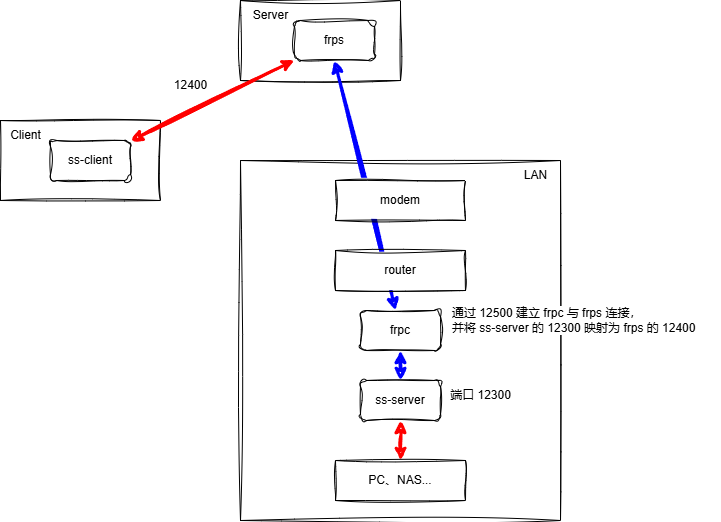
Before: source/img/2025/nat-traversal/frp.png, a diagram exported from draw.io (akiakise/blog.akise.app). Source tidied: cells renumbered, new cells last; positions are measured from the earlier drawing's top-left corner, leaving out a move shared by most shapes.
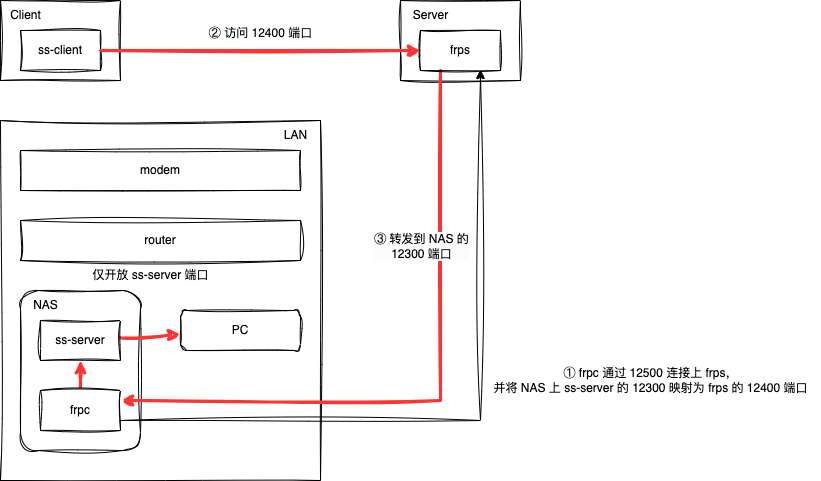
The same file after the commit.

What changed in the source:
```diff
@@ -2,65 +2,79 @@
   <root>
     <mxCell id="0" />
     <mxCell id="1" parent="0" />
-    <mxCell id="2" style="rounded=0;whiteSpace=wrap;html=1;sketch=1;curveFitting=1;jiggle=2;fontFamily=Helvetica;" parent="1" vertex="1">
-      <mxGeometry x="240" y="160" width="320" height="360" as="geometry" />
-    </mxCell>
-    <mxCell id="3" style="rounded=0;whiteSpace=wrap;html=1;sketch=1;curveFitting=1;jiggle=2;fontFamily=Helvetica;" parent="1" vertex="1">
-      <mxGeometry y="120" width="160" height="80" as="geometry" />
-    </mxCell>
+    <mxCell id="22" style="rounded=0;whiteSpace=wrap;html=1;strokeWidth=1;fontSize=12;hachureGap=4;fontFamily=Helvetica;sketch=1;curveFitting=1;jiggle=2;" parent="1" vertex="1">
+      <mxGeometry x="640" width="120" height="80" as="geometry" />
+    </mxCell>
+    <mxCell id="23" style="rounded=0;whiteSpace=wrap;html=1;strokeWidth=1;fontSize=12;hachureGap=4;fontFamily=Helvetica;sketch=1;curveFitting=1;jiggle=2;" parent="1" vertex="1">
+      <mxGeometry x="240" y="120" width="320" height="360" as="geometry" />
+    </mxCell>
+    <mxCell id="18" value="modem" style="rounded=0;whiteSpace=wrap;html=1;strokeWidth=1;fontSize=12;hachureGap=4;fontFamily=Helvetica;sketch=1;curveFitting=1;jiggle=2;" parent="1" vertex="1">
+      <mxGeometry x="260" y="150" width="280" height="40" as="geometry" />
+    </mxCell>
+    <mxCell id="9" value="LAN" style="text;html=1;align=center;verticalAlign=middle;strokeColor=none;fillColor=none;fontFamily=Helvetica;sketch=1;curveFitting=1;jiggle=2;" parent="1" vertex="1">
+      <mxGeometry x="510" y="120" width="50" height="30" as="geometry" />
+    </mxCell>
+    <mxCell id="17" value="router" style="rounded=0;whiteSpace=wrap;html=1;strokeWidth=1;fontSize=12;hachureGap=4;fontFamily=Helvetica;sketch=1;curveFitting=1;jiggle=2;" parent="1" vertex="1">
+      <mxGeometry x="260" y="220" width="280" height="40" as="geometry" />
+    </mxCell>
+    <mxCell id="24" style="rounded=1;whiteSpace=wrap;html=1;strokeWidth=1;hachureGap=4;fontFamily=Helvetica;sketch=1;curveFitting=1;jiggle=2;" parent="1" vertex="1">
+      <mxGeometry x="260" y="290" width="120" height="160" as="geometry" />
+    </mxCell>
+    <mxCell id="25" value="PC" style="rounded=1;whiteSpace=wrap;html=1;strokeWidth=1;hachureGap=4;fontFamily=Helvetica;sketch=1;curveFitting=1;jiggle=2;" parent="1" vertex="1">
+      <mxGeometry x="420" y="310" width="120" height="40" as="geometry" />
+    </mxCell>
+    <mxCell id="26" style="rounded=0;whiteSpace=wrap;html=1;strokeWidth=1;fontSize=12;hachureGap=4;fontFamily=Helvetica;sketch=1;curveFitting=1;jiggle=2;" parent="1" vertex="1">
+      <mxGeometry x="240" width="120" height="80" as="geometry" />
+    </mxCell>
+    <mxCell id="5" value="Client" style="text;html=1;align=center;verticalAlign=middle;strokeColor=none;fillColor=none;fontFamily=Helvetica;sketch=1;curveFitting=1;jiggle=2;" parent="1" vertex="1">
+      <mxGeometry x="240" width="50" height="30" as="geometry" />
+    </mxCell>
-    <mxCell id="4" value="ss-client" style="rounded=1;whiteSpace=wrap;html=1;sketch=1;curveFitting=1;jiggle=2;fontFamily=Helvetica;" parent="1" vertex="1">
-      <mxGeometry x="50" y="140" width="80" height="40" as="geometry" />
+    <mxCell id="4" value="ss-client" style="rounded=0;whiteSpace=wrap;html=1;strokeWidth=1;fontSize=12;hachureGap=4;fontFamily=Helvetica;sketch=1;curveFitting=1;jiggle=2;" parent="1" vertex="1">
+      <mxGeometry x="260" y="30" width="80" height="40" as="geometry" />
     </mxCell>
-    <mxCell id="5" value="Client" style="text;html=1;align=center;verticalAlign=middle;strokeColor=none;fillColor=none;sketch=1;curveFitting=1;jiggle=2;fontFamily=Helvetica;" parent="1" vertex="1">
-      <mxGeometry y="120" width="50" height="30" as="geometry" />
-    </mxCell>
-    <mxCell id="6" style="rounded=0;jettySize=auto;html=1;exitX=0.5;exitY=1;exitDx=0;exitDy=0;strokeColor=#FF0000;strokeWidth=3;sketch=1;curveFitting=1;jiggle=2;startArrow=classic;startFill=1;fontFamily=Helvetica;" parent="1" edge="1" source="7" target="8">
-      <mxGeometry relative="1" as="geometry" />
-    </mxCell>
+    <mxCell id="27" value="NAS" style="text;html=1;align=center;verticalAlign=middle;strokeColor=none;fillColor=none;fontFamily=Helvetica;sketch=1;curveFitting=1;jiggle=2;" parent="1" vertex="1">
+      <mxGeometry x="260" y="290" width="50" height="30" as="geometry" />
+    </mxCell>
+    <mxCell id="28" style="rounded=0;sketch=1;hachureGap=4;jiggle=2;curveFitting=1;jettySize=auto;html=1;fontFamily=Helvetica;strokeWidth=3;strokeColor=#FF3333;" parent="1" edge="1" source="7" target="25">
+      <mxGeometry relative="1" as="geometry" />
+    </mxCell>
-    <mxCell id="7" value="ss-server" style="rounded=1;whiteSpace=wrap;html=1;sketch=1;curveFitting=1;jiggle=2;fontFamily=Helvetica;" parent="1" vertex="1">
-      <mxGeometry x="360" y="380" width="80" height="40" as="geometry" />
+    <mxCell id="7" value="ss-server" style="rounded=0;whiteSpace=wrap;html=1;strokeWidth=1;fontSize=12;hachureGap=4;fontFamily=Helvetica;sketch=1;curveFitting=1;jiggle=2;" parent="1" vertex="1">
+      <mxGeometry x="280" y="320" width="80" height="40" as="geometry" />
     </mxCell>
-    <mxCell id="8" value="PC、NAS..." style="rounded=0;whiteSpace=wrap;html=1;sketch=1;curveFitting=1;jiggle=2;fontFamily=Helvetica;" parent="1" vertex="1">
-      <mxGeometry x="335" y="460" width="130" height="40" as="geometry" />
-    </mxCell>
-    <mxCell id="9" value="LAN" style="text;html=1;align=center;verticalAlign=middle;strokeColor=none;fillColor=none;sketch=1;curveFitting=1;jiggle=2;fontFamily=Helvetica;" parent="1" vertex="1">
-      <mxGeometry x="510" y="160" width="50" height="30" as="geometry" />
-    </mxCell>
-    <mxCell id="10" style="rounded=0;whiteSpace=wrap;html=1;sketch=1;curveFitting=1;jiggle=2;fontFamily=Helvetica;" parent="1" vertex="1">
-      <mxGeometry x="240" width="160" height="80" as="geometry" />
-    </mxCell>
-    <mxCell id="11" value="Server" style="text;html=1;align=center;verticalAlign=middle;strokeColor=none;fillColor=none;fontFamily=Helvetica;" parent="1" vertex="1">
-      <mxGeometry x="240" width="60" height="30" as="geometry" />
-    </mxCell>
+    <mxCell id="29" value="仅开放 ss-server 端口" style="text;html=1;align=center;verticalAlign=middle;strokeColor=none;fillColor=none;fontFamily=Helvetica;sketch=1;curveFitting=1;jiggle=2;" parent="1" vertex="1">
+      <mxGeometry x="320" y="260" width="140" height="30" as="geometry" />
+    </mxCell>
-    <mxCell id="12" style="rounded=0;sketch=1;hachureGap=4;jiggle=2;curveFitting=1;jettySize=auto;html=1;exitX=0.5;exitY=1;exitDx=0;exitDy=0;fontFamily=Helvetica;strokeWidth=3;strokeColor=#0000FF;startArrow=classic;startFill=1;" parent="1" edge="1" source="13" target="16">
+    <mxCell id="12" style="edgeStyle=orthogonalEdgeStyle;rounded=0;sketch=1;hachureGap=4;jiggle=2;curveFitting=1;jettySize=auto;html=1;exitX=0.25;exitY=1;exitDx=0;exitDy=0;entryX=1;entryY=0.25;entryDx=0;entryDy=0;fontFamily=Helvetica;fontColor=#FF3333;strokeColor=#FF3333;strokeWidth=3;" parent="1" edge="1" source="13" target="16">
       <mxGeometry relative="1" as="geometry" />
     </mxCell>
-    <mxCell id="13" value="frps" style="rounded=1;whiteSpace=wrap;html=1;sketch=1;curveFitting=1;jiggle=2;fontFamily=Helvetica;" parent="1" vertex="1">
-      <mxGeometry x="294" y="20" width="80" height="40" as="geometry" />
-    </mxCell>
-    <mxCell id="14" style="rounded=0;jettySize=auto;html=1;startArrow=classic;startFill=1;fontStyle=1;strokeWidth=3;strokeColor=#FF0000;sketch=1;curveFitting=1;jiggle=2;fontFamily=Helvetica;" parent="1" edge="1" source="4" target="13">
-      <mxGeometry relative="1" as="geometry" />
-    </mxCell>
+    <mxCell id="30" value="&lt;span style=&quot;font-size: 12px; background-color: rgb(251, 251, 251);&quot;&gt;③ 转发到 NAS 的&lt;/span&gt;&lt;div style=&quot;font-size: 12px; background-color: rgb(251, 251, 251);&quot;&gt;12300 端口&lt;/div&gt;" style="edgeLabel;html=1;align=center;verticalAlign=middle;sketch=1;hachureGap=4;jiggle=2;curveFitting=1;fontFamily=Helvetica;" parent="12" vertex="1">
+      <mxGeometry x="-0.53" y="-3" relative="1" as="geometry">
+        <mxPoint x="-17" y="22" as="offset" />
+      </mxGeometry>
+    </mxCell>
-    <mxCell id="15" style="edgeStyle=orthogonalEdgeStyle;rounded=0;sketch=1;hachureGap=4;jiggle=2;curveFitting=1;jettySize=auto;html=1;fontFamily=Helvetica;startArrow=classic;startFill=1;strokeWidth=3;strokeColor=#0000FF;" parent="1" edge="1" source="16" target="7">
+    <mxCell id="15" style="edgeStyle=orthogonalEdgeStyle;rounded=0;sketch=1;hachureGap=4;jiggle=2;curveFitting=1;jettySize=auto;html=1;exitX=0.5;exitY=0;exitDx=0;exitDy=0;fontFamily=Architects Daughter;fontSource=https%3A%2F%2Ffonts.googleapis.com%2Fcss%3Ffamily%3DArchitects%2BDaughter;strokeColor=#FF3333;strokeWidth=3;" parent="1" edge="1" source="16" target="7">
       <mxGeometry relative="1" as="geometry" />
     </mxCell>
-    <mxCell id="16" value="frpc" style="rounded=1;whiteSpace=wrap;html=1;sketch=1;curveFitting=1;jiggle=2;fontFamily=Helvetica;" parent="1" vertex="1">
-      <mxGeometry x="360" y="310" width="80" height="40" as="geometry" />
+    <mxCell id="16" value="frpc" style="rounded=0;whiteSpace=wrap;html=1;strokeWidth=1;fontSize=12;hachureGap=4;fontFamily=Helvetica;sketch=1;curveFitting=1;jiggle=2;" parent="1" vertex="1">
+      <mxGeometry x="280" y="390" width="80" height="40" as="geometry" />
     </mxCell>
-    <mxCell id="17" value="router" style="rounded=0;whiteSpace=wrap;html=1;sketch=1;curveFitting=1;jiggle=2;fontFamily=Helvetica;" parent="1" vertex="1">
-      <mxGeometry x="335" y="250" width="130" height="40" as="geometry" />
-    </mxCell>
-    <mxCell id="18" value="modem" style="rounded=0;whiteSpace=wrap;html=1;sketch=1;curveFitting=1;jiggle=2;fontFamily=Helvetica;" parent="1" vertex="1">
-      <mxGeometry x="335" y="180" width="130" height="40" as="geometry" />
-    </mxCell>
-    <mxCell id="19" value="端口 12300" style="text;html=1;align=center;verticalAlign=middle;strokeColor=none;fillColor=none;fontFamily=Helvetica;" parent="1" vertex="1">
-      <mxGeometry x="440" y="380" width="80" height="30" as="geometry" />
-    </mxCell>
-    <mxCell id="20" value="通过 12500 建立 frpc 与 frps 连接，&lt;div&gt;并将 ss-server 的 12300 映射为 frps 的 12400&lt;/div&gt;" style="text;html=1;align=left;verticalAlign=middle;strokeColor=none;fillColor=none;fontFamily=Helvetica;labelBackgroundColor=default;" parent="1" vertex="1">
-      <mxGeometry x="450" y="300" width="270" height="40" as="geometry" />
-    </mxCell>
-    <mxCell id="21" value="12400" style="text;html=1;align=center;verticalAlign=middle;strokeColor=none;fillColor=none;fontFamily=Helvetica;" parent="1" vertex="1">
-      <mxGeometry x="160" y="70" width="60" height="30" as="geometry" />
-    </mxCell>
+    <mxCell id="31" value="① frpc 通过 12500 连接上 frps，&lt;div&gt;并将 NAS 上 ss-server 的 12300 映射为 frps 的 12400 端口&lt;/div&gt;" style="text;html=1;align=center;verticalAlign=middle;strokeColor=none;fillColor=none;fontFamily=Helvetica;labelBackgroundColor=default;" parent="1" vertex="1">
+      <mxGeometry x="720" y="360" width="340" height="40" as="geometry" />
+    </mxCell>
+    <mxCell id="11" value="Server" style="text;html=1;align=center;verticalAlign=middle;strokeColor=none;fillColor=none;fontFamily=Helvetica;" parent="1" vertex="1">
+      <mxGeometry x="640" width="60" height="30" as="geometry" />
+    </mxCell>
+    <mxCell id="13" value="frps" style="rounded=0;whiteSpace=wrap;html=1;strokeWidth=1;fontSize=12;hachureGap=4;fontFamily=Helvetica;sketch=1;curveFitting=1;jiggle=2;" parent="1" vertex="1">
+      <mxGeometry x="660" y="30" width="80" height="40" as="geometry" />
+    </mxCell>
+    <mxCell id="32" value="② 访问 12400 端口" style="text;html=1;align=center;verticalAlign=middle;strokeColor=none;fillColor=none;fontFamily=Helvetica;" parent="1" vertex="1">
+      <mxGeometry x="435" y="18" width="130" height="30" as="geometry" />
+    </mxCell>
+    <mxCell id="14" style="endArrow=classic;html=1;rounded=0;hachureGap=4;fontFamily=Helvetica;fillColor=#f8cecc;strokeColor=#FF3333;strokeWidth=3;sketch=1;curveFitting=1;jiggle=2;" parent="1" edge="1" source="4" target="13">
+      <mxGeometry relative="1" as="geometry" />
+    </mxCell>
+    <mxCell id="33" style="edgeStyle=orthogonalEdgeStyle;rounded=0;sketch=1;hachureGap=4;jiggle=2;curveFitting=1;jettySize=auto;html=1;exitX=1;exitY=0.75;exitDx=0;exitDy=0;entryX=0.75;entryY=1;entryDx=0;entryDy=0;fontFamily=Helvetica;" parent="1" edge="1" source="16" target="13">
+      <mxGeometry relative="1" as="geometry" />
+    </mxCell>
   </root>
 </mxGraphModel>
```
